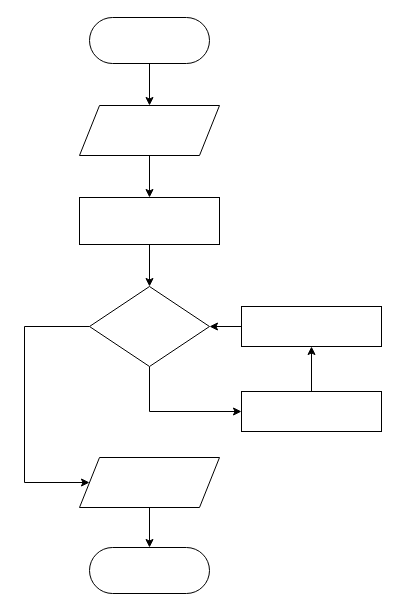
Before: sum.drawio in davecheng-ste/ICS3U-2.9-Algorithms-Using-for-Loops, a draw.io diagram. Source tidied: cells renumbered, new cells numbered last; positions are measured from the earlier drawing's top-left corner, leaving out a move shared by most shapes. Both pictures are drawn from the tidied source at 100%, with x=0, y=0 at pixel (24, 17).
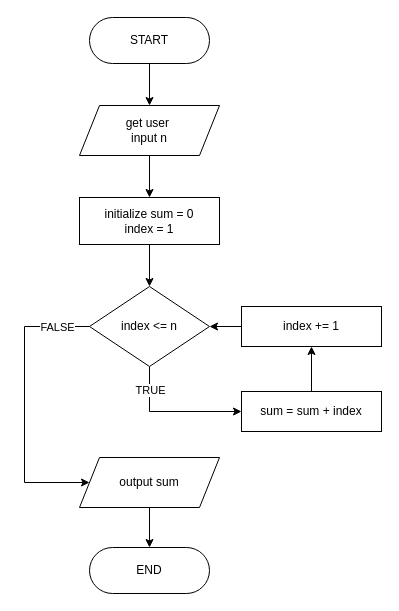
Above is the later version.

Unchanged cells that the change refers to:
```xml
<mxCell id="4" style="edgeStyle=orthogonalEdgeStyle;rounded=0;jettySize=auto;html=1;exitX=0.5;exitY=1;exitDx=0;exitDy=0;entryX=0;entryY=0.5;entryDx=0;entryDy=0;" parent="1" edge="1" source="6" target="8">
  <mxGeometry relative="1" as="geometry" />
</mxCell>
<mxCell id="5" style="edgeStyle=orthogonalEdgeStyle;rounded=0;jettySize=auto;html=1;exitX=0;exitY=0.5;exitDx=0;exitDy=0;entryX=0;entryY=0.5;entryDx=0;entryDy=0;" parent="1" edge="1" source="6" target="16">
  <mxGeometry relative="1" as="geometry">
    <Array as="points">
      <mxPoint y="309" />
      <mxPoint y="465" />
    </Array>
  </mxGeometry>
</mxCell>
```

Change to the diagram source:
```diff
@@
-    <mxCell id="3" style="rounded=0;whiteSpace=wrap;html=1;" parent="1" vertex="1">
+    <mxCell id="3" value="initialize&amp;nbsp;&lt;span style=&quot;background-color: initial;&quot;&gt;sum = 0&lt;/span&gt;&lt;div&gt;&lt;span style=&quot;background-color: initial;&quot;&gt;index = 1&lt;/span&gt;&lt;/div&gt;" style="rounded=0;whiteSpace=wrap;html=1;" parent="1" vertex="1">
       <mxGeometry x="55" y="180" width="140" height="47" as="geometry" />
     </mxCell>
@@
+    <mxCell id="18" value="TRUE" style="edgeLabel;html=1;align=center;verticalAlign=middle;" parent="4" vertex="1">
+      <mxGeometry x="-0.66" relative="1" as="geometry" />
+    </mxCell>
@@
+    <mxCell id="19" value="FALSE" style="edgeLabel;html=1;align=center;verticalAlign=middle;" parent="5" vertex="1">
+      <mxGeometry x="-0.77" relative="1" as="geometry" />
+    </mxCell>
-    <mxCell id="6" style="rhombus;whiteSpace=wrap;html=1;" parent="1" vertex="1">
+    <mxCell id="6" value="index &amp;lt;= n" style="rhombus;whiteSpace=wrap;html=1;" parent="1" vertex="1">
       <mxGeometry x="65" y="269" width="120" height="80" as="geometry" />
     </mxCell>
@@
-    <mxCell id="8" style="rounded=0;whiteSpace=wrap;html=1;" parent="1" vertex="1">
+    <mxCell id="8" value="sum = sum + index" style="rounded=0;whiteSpace=wrap;html=1;" parent="1" vertex="1">
       <mxGeometry x="217" y="374" width="140" height="40" as="geometry" />
     </mxCell>
@@
-    <mxCell id="10" style="shape=parallelogram;perimeter=parallelogramPerimeter;whiteSpace=wrap;html=1;fixedSize=1;" parent="1" vertex="1">
+    <mxCell id="10" value="get user&amp;nbsp;&lt;div&gt;input&amp;nbsp;&lt;span style=&quot;background-color: initial;&quot;&gt;n&lt;/span&gt;&lt;/div&gt;" style="shape=parallelogram;perimeter=parallelogramPerimeter;whiteSpace=wrap;html=1;fixedSize=1;" parent="1" vertex="1">
       <mxGeometry x="55" y="88" width="140" height="50" as="geometry" />
     </mxCell>
@@
-    <mxCell id="12" style="rounded=0;whiteSpace=wrap;html=1;" parent="1" vertex="1">
+    <mxCell id="12" value="index += 1" style="rounded=0;whiteSpace=wrap;html=1;" parent="1" vertex="1">
       <mxGeometry x="217" y="289" width="140" height="40" as="geometry" />
     </mxCell>
@@
-    <mxCell id="14" style="rounded=1;whiteSpace=wrap;html=1;arcSize=50;" parent="1" vertex="1">
+    <mxCell id="14" value="START" style="rounded=1;whiteSpace=wrap;html=1;arcSize=50;" parent="1" vertex="1">
       <mxGeometry x="65" width="120" height="46" as="geometry" />
     </mxCell>
@@
-    <mxCell id="16" style="shape=parallelogram;perimeter=parallelogramPerimeter;whiteSpace=wrap;html=1;fixedSize=1;" parent="1" vertex="1">
+    <mxCell id="16" value="output sum" style="shape=parallelogram;perimeter=parallelogramPerimeter;whiteSpace=wrap;html=1;fixedSize=1;" parent="1" vertex="1">
       <mxGeometry x="55" y="440" width="140" height="50" as="geometry" />
     </mxCell>
-    <mxCell id="17" style="rounded=1;whiteSpace=wrap;html=1;arcSize=50;" parent="1" vertex="1">
+    <mxCell id="17" value="END" style="rounded=1;whiteSpace=wrap;html=1;arcSize=50;" parent="1" vertex="1">
       <mxGeometry x="65" y="530" width="120" height="46" as="geometry" />
     </mxCell>
```
